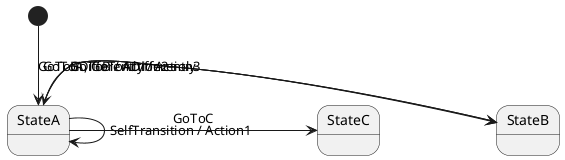
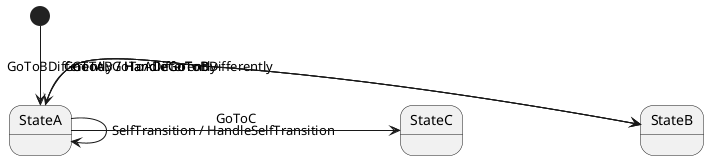
@startuml TestFsm

- StateA -> StateA : SelfTransition / Action1
- StateA -> StateB : GoToB / Action2
- StateA -> StateB : GoToBDifferently / Action3
+ StateA -> StateA : SelfTransition / HandleSelfTransition
+ StateA -> StateB : GoToB / HandleGoToB
+ StateA -> StateB : GoToBDifferently / HandleGoToBDifferently
StateA -> StateC : GoToC
' Event lists cannot carry an action (one action binds to a single event's params)
StateB -> StateA : GoToA, GoToADifferently
[*] --> StateA

@enduml
